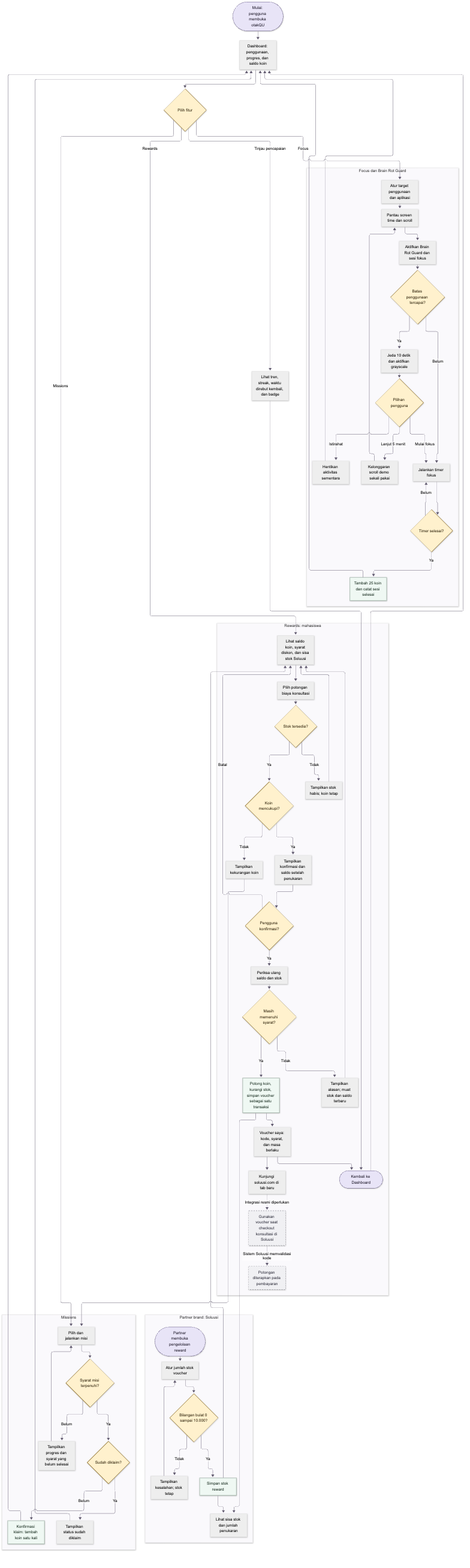
The Mermaid diagram docs/diagrams/activity.png in fauzan171/otakQU, before a commit. Its source is kept beside it as docs/diagrams/activity.mmd.
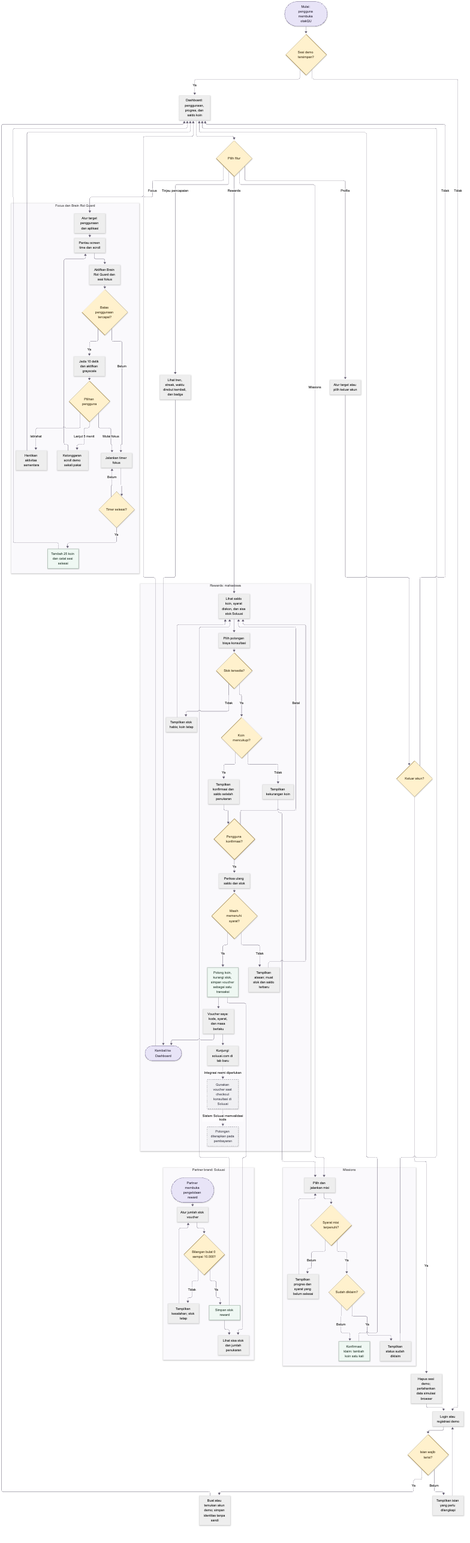
After the change.

Change to the diagram source:
```diff
@@ -1,5 +1,12 @@
 flowchart TB
-    Start([Mulai: pengguna membuka otakQU]) --> Dashboard[Dashboard: penggunaan, progres, dan saldo koin]
+    Start([Mulai: pengguna membuka otakQU]) --> Session{Sesi demo tersimpan?}
+    Session -- Ya --> Dashboard[Dashboard: penggunaan, progres, dan saldo koin]
+    Session -- Tidak --> Login[Login atau registrasi demo]
+    Login --> Fields{Isian wajib terisi?}
+    Fields -- Belum --> InputError[Tampilkan isian yang perlu dilengkapi]
+    InputError --> Login
+    Fields -- Ya --> Account[Buat atau temukan akun demo; simpan identitas tanpa sandi]
+    Account --> Dashboard
     Dashboard --> Feature{Pilih fitur}
 
     subgraph Focus[Focus dan Brain Rot Guard]
@@ -57,6 +64,11 @@
     end
     Feature -- Rewards --> Catalog
     Feature -- Tinjau pencapaian --> Review[Lihat tren, streak, waktu direbut kembali, dan badge]
+    Feature -- Profile --> Profile[Atur target atau pilih keluar akun]
+    Profile --> SignOut{Keluar akun?}
+    SignOut -- Tidak --> Dashboard
+    SignOut -- Ya --> ClearSession[Hapus sesi demo; pertahankan data simulasi browser]
+    ClearSession --> Login
     Review --> Done
     Done --> Dashboard
 
@@ -76,6 +88,6 @@
     classDef action fill:#eff8f3,stroke:#52745f,color:#1b3023
     classDef external fill:#f0f0f3,stroke:#6c6c7b,color:#333340,stroke-dasharray:5 5
     class Start,Done,PartnerStart start
-    class Feature,Limit,Choice,Finish,Meets,Claimed,Stock,Balance,Decision,Valid,CheckStock decision
+    class Session,Fields,SignOut,Feature,Limit,Choice,Finish,Meets,Claimed,Stock,Balance,Decision,Valid,CheckStock decision
     class Redeem,Save,Claim,Earn action
     class Checkout,Paid external
```
